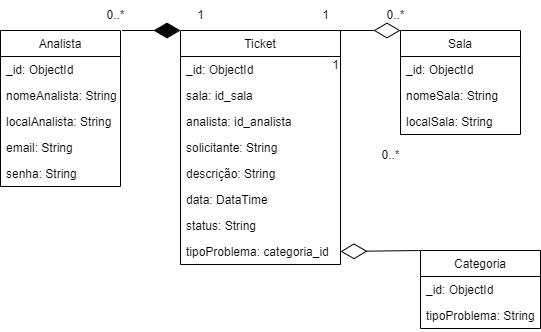
RafaelVSs/DSM-G06-PI3-2024-1 keeps this draw.io diagram as docs/NoAM.png. Above is the earlier version. Source tidied: cells renumbered, new cells last; positions are measured from the earlier drawing's top-left corner, leaving out a move shared by most shapes.
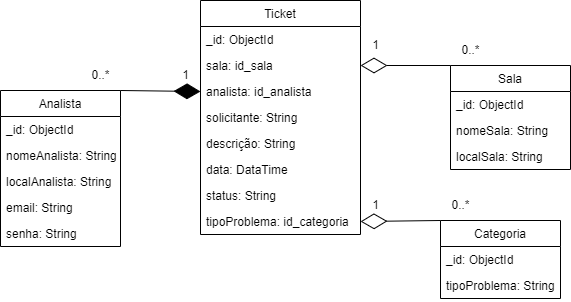
After the commit.

What changed in the source:
```diff
@@ -3,7 +3,7 @@
     <mxCell id="0" />
     <mxCell id="1" parent="0" />
     <mxCell id="2" value="Analista" style="swimlane;fontStyle=0;horizontal=1;startSize=26;fillColor=none;" parent="1" vertex="1">
-      <mxGeometry y="30" width="120" height="156" as="geometry" />
+      <mxGeometry x="-20" y="120" width="120" height="156" as="geometry" />
     </mxCell>
     <mxCell id="3" value="_id: ObjectId" style="text;strokeColor=none;fillColor=none;align=left;verticalAlign=top;spacingLeft=4;spacingRight=4;overflow=hidden;" parent="2" vertex="1">
       <mxGeometry y="26" width="120" height="26" as="geometry" />
@@ -21,7 +21,7 @@
       <mxGeometry y="130" width="120" height="26" as="geometry" />
     </mxCell>
     <mxCell id="8" value="Sala" style="swimlane;fontStyle=0;horizontal=1;startSize=26;fillColor=none;" parent="1" vertex="1">
-      <mxGeometry x="400" y="30" width="120" height="104" as="geometry" />
+      <mxGeometry x="430" y="95" width="120" height="104" as="geometry" />
     </mxCell>
     <mxCell id="9" value="_id: ObjectId" style="text;strokeColor=none;fillColor=none;align=left;verticalAlign=top;spacingLeft=4;spacingRight=4;overflow=hidden;" parent="8" vertex="1">
       <mxGeometry y="26" width="120" height="26" as="geometry" />
@@ -56,33 +56,25 @@
     <mxCell id="19" value="status: String" style="text;strokeColor=none;fillColor=none;align=left;verticalAlign=top;spacingLeft=4;spacingRight=4;overflow=hidden;" parent="12" vertex="1">
       <mxGeometry y="182" width="160" height="26" as="geometry" />
     </mxCell>
-    <mxCell id="20" value="tipoProblema: categoria_id" style="text;strokeColor=none;fillColor=none;align=left;verticalAlign=top;spacingLeft=4;spacingRight=4;overflow=hidden;points=[[0,0.5],[1,0.5]];portConstraint=eastwest;" parent="12" vertex="1">
+    <mxCell id="20" value="tipoProblema: id_categoria" style="text;strokeColor=none;fillColor=none;align=left;verticalAlign=top;spacingLeft=4;spacingRight=4;overflow=hidden;points=[[0,0.5],[1,0.5]];portConstraint=eastwest;" parent="12" vertex="1">
       <mxGeometry y="208" width="160" height="26" as="geometry" />
     </mxCell>
     <mxCell id="21" value="0..*" style="text;html=1;align=center;verticalAlign=middle;points=[];strokeColor=none;fillColor=none;" parent="1" vertex="1">
-      <mxGeometry x="95" width="40" height="30" as="geometry" />
+      <mxGeometry x="60" y="90" width="40" height="30" as="geometry" />
     </mxCell>
     <mxCell id="22" value="1" style="text;html=1;align=center;verticalAlign=middle;strokeColor=none;fillColor=none;" parent="1" vertex="1">
-      <mxGeometry x="185" width="30" height="30" as="geometry" />
+      <mxGeometry x="150" y="90" width="30" height="30" as="geometry" />
     </mxCell>
     <mxCell id="23" value="0..*" style="text;html=1;align=center;verticalAlign=middle;strokeColor=none;fillColor=none;" parent="1" vertex="1">
-      <mxGeometry x="375" width="40" height="30" as="geometry" />
+      <mxGeometry x="430" y="65" width="40" height="30" as="geometry" />
     </mxCell>
-    <mxCell id="24" style="endArrow=none;endFill=1;endSize=24;html=1;exitX=1;exitY=0;exitDx=0;exitDy=0;" parent="1" edge="1" target="25">
-      <mxGeometry relative="1" as="geometry">
-        <mxPoint x="320" y="30" as="sourcePoint" />
-      </mxGeometry>
-    </mxCell>
     <mxCell id="25" value="1&lt;br&gt;" style="text;html=1;align=center;verticalAlign=middle;points=[];strokeColor=none;fillColor=none;" parent="1" vertex="1">
-      <mxGeometry x="310" width="30" height="30" as="geometry" />
+      <mxGeometry x="340" y="60" width="30" height="30" as="geometry" />
     </mxCell>
-    <mxCell id="26" style="endArrow=diamondThin;endFill=0;endSize=24;html=1;" parent="1" edge="1">
-      <mxGeometry relative="1" as="geometry">
-        <mxPoint x="320" y="30" as="sourcePoint" />
-        <mxPoint x="400" y="30" as="targetPoint" />
-      </mxGeometry>
+    <mxCell id="26" style="endArrow=diamondThin;endFill=0;endSize=24;html=1;entryX=1;entryY=0.5;entryDx=0;entryDy=0;exitX=0;exitY=0;exitDx=0;exitDy=0;" parent="1" edge="1" source="8" target="14">
+      <mxGeometry relative="1" as="geometry" />
     </mxCell>
-    <mxCell id="27" style="endArrow=diamondThin;endFill=1;endSize=24;html=1;exitX=0.662;exitY=1;exitDx=0;exitDy=0;startArrow=none;exitPerimeter=0;entryX=0;entryY=0;entryDx=0;entryDy=0;" parent="1" edge="1" source="21" target="12">
+    <mxCell id="27" style="endArrow=diamondThin;endFill=1;endSize=24;html=1;exitX=1;exitY=0;exitDx=0;exitDy=0;startArrow=none;entryX=0;entryY=0.5;entryDx=0;entryDy=0;" parent="1" edge="1" source="2" target="15">
       <mxGeometry relative="1" as="geometry" />
     </mxCell>
     <mxCell id="28" value="Categoria" style="swimlane;fontStyle=0;horizontal=1;startSize=26;fillColor=none;" parent="1" vertex="1">
@@ -98,10 +90,10 @@
       <mxGeometry relative="1" as="geometry" />
     </mxCell>
     <mxCell id="32" value="1&lt;br&gt;" style="text;html=1;align=center;verticalAlign=middle;strokeColor=none;fillColor=none;" parent="1" vertex="1">
-      <mxGeometry x="320" y="50" width="30" height="30" as="geometry" />
+      <mxGeometry x="340" y="220" width="30" height="30" as="geometry" />
     </mxCell>
     <mxCell id="33" value="0..*" style="text;html=1;align=center;verticalAlign=middle;strokeColor=none;fillColor=none;" parent="1" vertex="1">
-      <mxGeometry x="370" y="140" width="40" height="30" as="geometry" />
+      <mxGeometry x="420" y="220" width="40" height="30" as="geometry" />
     </mxCell>
   </root>
 </mxGraphModel>
```
